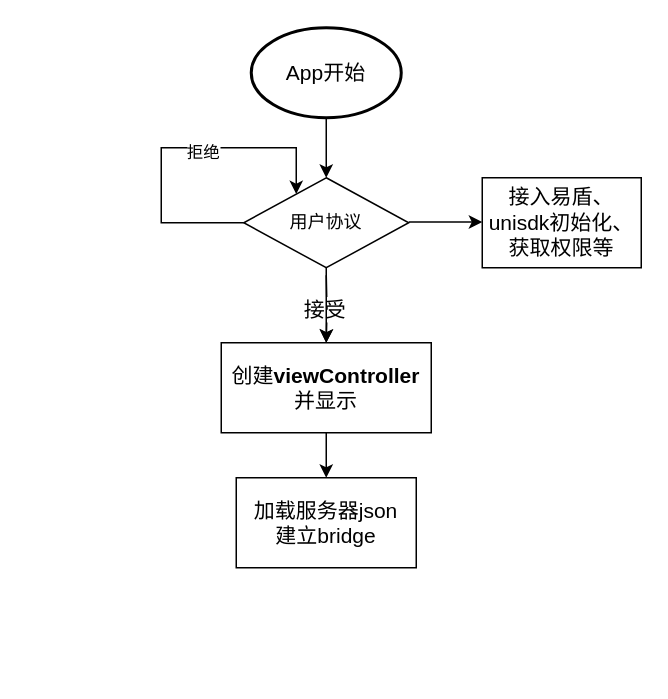
The draw.io diagram page "Page-1" (1 of 6) of Untitled Diagram.drawio in shionji-mura/miniprogram-demo, before the edit. Source tidied: cells renumbered, new cells numbered last; positions are measured from the earlier drawing's top-left corner, leaving out a move shared by most shapes. Both pictures are drawn from the tidied source at 150%, with x=0, y=0 at pixel (160, 27).
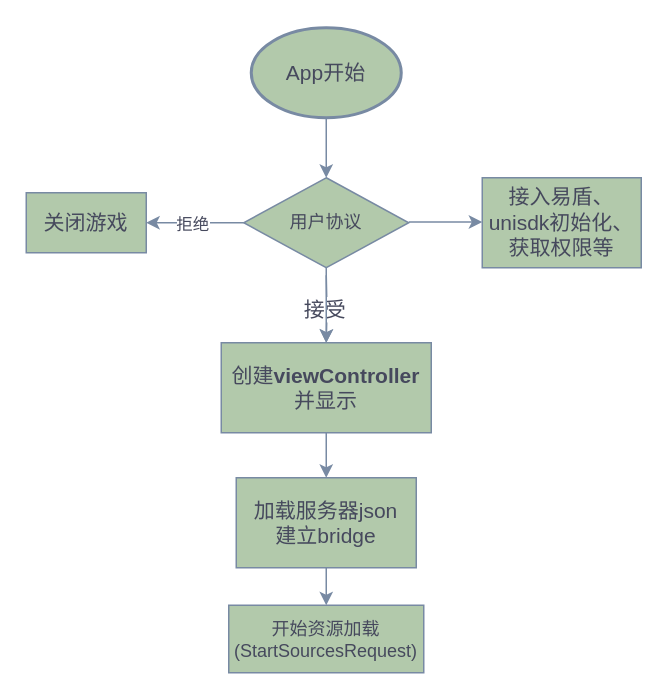
The same page after the edit.

The edit, as a diff of the source:
```diff
@@
-    <mxCell id="2" style="edgeStyle=orthogonalEdgeStyle;rounded=0;jettySize=auto;html=1;exitX=0.5;exitY=1;exitDx=0;exitDy=0;exitPerimeter=0;entryX=0.5;entryY=0;entryDx=0;entryDy=0;fontSize=14;" parent="1" edge="1" source="3" target="12">
+    <mxCell id="2" style="edgeStyle=orthogonalEdgeStyle;rounded=0;jettySize=auto;html=1;exitX=0.5;exitY=1;exitDx=0;exitDy=0;exitPerimeter=0;entryX=0.5;entryY=0;entryDx=0;entryDy=0;fontSize=14;strokeColor=#788AA3;fontColor=#46495D;" parent="1" edge="1" source="3" target="12">
       <mxGeometry relative="1" as="geometry" />
     </mxCell>
-    <mxCell id="3" value="App开始" style="strokeWidth=2;html=1;shape=mxgraph.flowchart.start_1;whiteSpace=wrap;fontSize=14;" parent="1" vertex="1">
+    <mxCell id="3" value="App开始" style="strokeWidth=2;html=1;shape=mxgraph.flowchart.start_1;whiteSpace=wrap;fontSize=14;fillColor=#B2C9AB;strokeColor=#788AA3;fontColor=#46495D;" parent="1" vertex="1">
       <mxGeometry x="60" width="100" height="60" as="geometry" />
     </mxCell>
-    <mxCell id="4" style="edgeStyle=orthogonalEdgeStyle;rounded=0;orthogonalLoop=1;jettySize=auto;html=1;exitX=1;exitY=0.5;exitDx=0;exitDy=0;entryX=0;entryY=0.5;entryDx=0;entryDy=0;fontSize=14;" parent="1" edge="1">
+    <mxCell id="4" style="edgeStyle=orthogonalEdgeStyle;rounded=0;orthogonalLoop=1;jettySize=auto;html=1;exitX=1;exitY=0.5;exitDx=0;exitDy=0;entryX=0;entryY=0.5;entryDx=0;entryDy=0;fontSize=14;strokeColor=#788AA3;fontColor=#46495D;" parent="1" edge="1">
       <mxGeometry relative="1" as="geometry">
         <mxPoint x="165" y="129.5" as="sourcePoint" />
         <mxPoint x="214" y="129.5" as="targetPoint" />
       </mxGeometry>
     </mxCell>
-    <mxCell id="5" style="edgeStyle=orthogonalEdgeStyle;rounded=0;jettySize=auto;html=1;fontSize=14;" parent="1" edge="1" target="7">
+    <mxCell id="5" style="edgeStyle=orthogonalEdgeStyle;rounded=0;jettySize=auto;html=1;fontSize=14;strokeColor=#788AA3;fontColor=#46495D;" parent="1" edge="1" target="7">
       <mxGeometry relative="1" as="geometry">
         <mxPoint x="110" y="165" as="sourcePoint" />
       </mxGeometry>
     </mxCell>
-    <mxCell id="6" value="接受" style="edgeLabel;html=1;align=center;verticalAlign=middle;fontSize=14;" parent="5" vertex="1">
+    <mxCell id="6" value="接受" style="edgeLabel;html=1;align=center;verticalAlign=middle;fontSize=14;fontColor=#46495D;" parent="5" vertex="1">
       <mxGeometry x="-0.03" y="-2" relative="1" as="geometry" />
     </mxCell>
-    <mxCell id="7" value="创建&lt;b&gt;viewController&lt;/b&gt;&lt;br&gt;并显示" style="rounded=0;whiteSpace=wrap;html=1;fontSize=14;" parent="1" vertex="1">
+    <mxCell id="7" value="创建&lt;b&gt;viewController&lt;/b&gt;&lt;br&gt;并显示" style="rounded=0;whiteSpace=wrap;html=1;fontSize=14;fillColor=#B2C9AB;strokeColor=#788AA3;fontColor=#46495D;" parent="1" vertex="1">
       <mxGeometry x="40" y="210" width="140" height="60" as="geometry" />
     </mxCell>
-    <mxCell id="8" value="接入易盾、unisdk初始化、获取权限等" style="rounded=0;whiteSpace=wrap;html=1;fontSize=14;" parent="1" vertex="1">
+    <mxCell id="8" value="接入易盾、unisdk初始化、获取权限等" style="rounded=0;whiteSpace=wrap;html=1;fontSize=14;fillColor=#B2C9AB;strokeColor=#788AA3;fontColor=#46495D;" parent="1" vertex="1">
       <mxGeometry x="214" y="100" width="106" height="60" as="geometry" />
     </mxCell>
-    <mxCell id="9" style="edgeStyle=orthogonalEdgeStyle;rounded=0;orthogonalLoop=1;jettySize=auto;html=1;exitX=0;exitY=0.5;exitDx=0;exitDy=0;" parent="1" edge="1" source="12" target="12">
-      <mxGeometry relative="1" as="geometry">
-        <Array as="points">
-          <mxPoint y="130" />
-          <mxPoint y="80" />
-          <mxPoint x="90" y="80" />
-        </Array>
-      </mxGeometry>
-    </mxCell>
+    <mxCell id="11" style="edgeStyle=orthogonalEdgeStyle;rounded=0;jettySize=auto;html=1;strokeColor=#788AA3;fontColor=#46495D;" parent="1" edge="1" source="12" target="7">
+      <mxGeometry relative="1" as="geometry" />
+    </mxCell>
+    <mxCell id="15" style="edgeStyle=orthogonalEdgeStyle;curved=0;rounded=1;sketch=0;jettySize=auto;html=1;fontColor=#46495D;strokeColor=#788AA3;fillColor=#B2C9AB;entryX=1;entryY=0.5;entryDx=0;entryDy=0;" parent="1" edge="1" source="12" target="17">
+      <mxGeometry relative="1" as="geometry" />
+    </mxCell>
-    <mxCell id="10" value="拒绝" style="edgeLabel;html=1;align=center;verticalAlign=middle;" parent="9" vertex="1">
-      <mxGeometry x="0.17" y="-2" relative="1" as="geometry" />
+    <mxCell id="10" value="拒绝" style="edgeLabel;html=1;align=center;verticalAlign=middle;fontColor=#46495D;" parent="15" vertex="1">
+      <mxGeometry x="-0.17" y="-1" relative="1" as="geometry">
+        <mxPoint x="-8" y="1" as="offset" />
+      </mxGeometry>
     </mxCell>
-    <mxCell id="11" style="edgeStyle=orthogonalEdgeStyle;rounded=0;jettySize=auto;html=1;" parent="1" edge="1" source="12" target="7">
-      <mxGeometry relative="1" as="geometry" />
-    </mxCell>
-    <mxCell id="12" value="用户协议" style="rhombus;whiteSpace=wrap;html=1;" parent="1" vertex="1">
+    <mxCell id="12" value="用户协议" style="rhombus;whiteSpace=wrap;html=1;fillColor=#B2C9AB;strokeColor=#788AA3;fontColor=#46495D;" parent="1" vertex="1">
       <mxGeometry x="55" y="100" width="110" height="60" as="geometry" />
     </mxCell>
-    <mxCell id="13" style="edgeStyle=orthogonalEdgeStyle;rounded=0;jettySize=auto;html=1;entryX=0.5;entryY=0;entryDx=0;entryDy=0;fontSize=14;exitX=0.5;exitY=1;exitDx=0;exitDy=0;" parent="1" edge="1" source="7" target="14">
+    <mxCell id="13" style="edgeStyle=orthogonalEdgeStyle;rounded=0;jettySize=auto;html=1;entryX=0.5;entryY=0;entryDx=0;entryDy=0;fontSize=14;exitX=0.5;exitY=1;exitDx=0;exitDy=0;strokeColor=#788AA3;fontColor=#46495D;" parent="1" edge="1" source="7" target="14">
       <mxGeometry relative="1" as="geometry" />
     </mxCell>
+    <mxCell id="16" style="edgeStyle=orthogonalEdgeStyle;curved=0;rounded=1;sketch=0;jettySize=auto;html=1;entryX=0.5;entryY=0;entryDx=0;entryDy=0;fontColor=#46495D;strokeColor=#788AA3;fillColor=#B2C9AB;" parent="1" edge="1" source="14" target="18">
+      <mxGeometry relative="1" as="geometry" />
+    </mxCell>
-    <mxCell id="14" value="加载服务器json&lt;br style=&quot;font-size: 14px&quot;&gt;建立bridge" style="rounded=0;whiteSpace=wrap;html=1;fontSize=14;" parent="1" vertex="1">
+    <mxCell id="14" value="加载服务器json&lt;br style=&quot;font-size: 14px&quot;&gt;建立bridge" style="rounded=0;whiteSpace=wrap;html=1;fontSize=14;fillColor=#B2C9AB;strokeColor=#788AA3;fontColor=#46495D;" parent="1" vertex="1">
       <mxGeometry x="50" y="300" width="120" height="60" as="geometry" />
     </mxCell>
+    <mxCell id="17" value="关闭游戏" style="rounded=0;whiteSpace=wrap;html=1;fontSize=14;fillColor=#B2C9AB;strokeColor=#788AA3;fontColor=#46495D;" parent="1" vertex="1">
+      <mxGeometry x="-90" y="110" width="80" height="40" as="geometry" />
+    </mxCell>
+    <mxCell id="18" value="开始资源加载&lt;br&gt;(StartSourcesRequest)" style="rounded=0;whiteSpace=wrap;html=1;sketch=0;fontColor=#46495D;strokeColor=#788AA3;fillColor=#B2C9AB;" parent="1" vertex="1">
+      <mxGeometry x="45" y="385" width="130" height="45" as="geometry" />
+    </mxCell>
```
